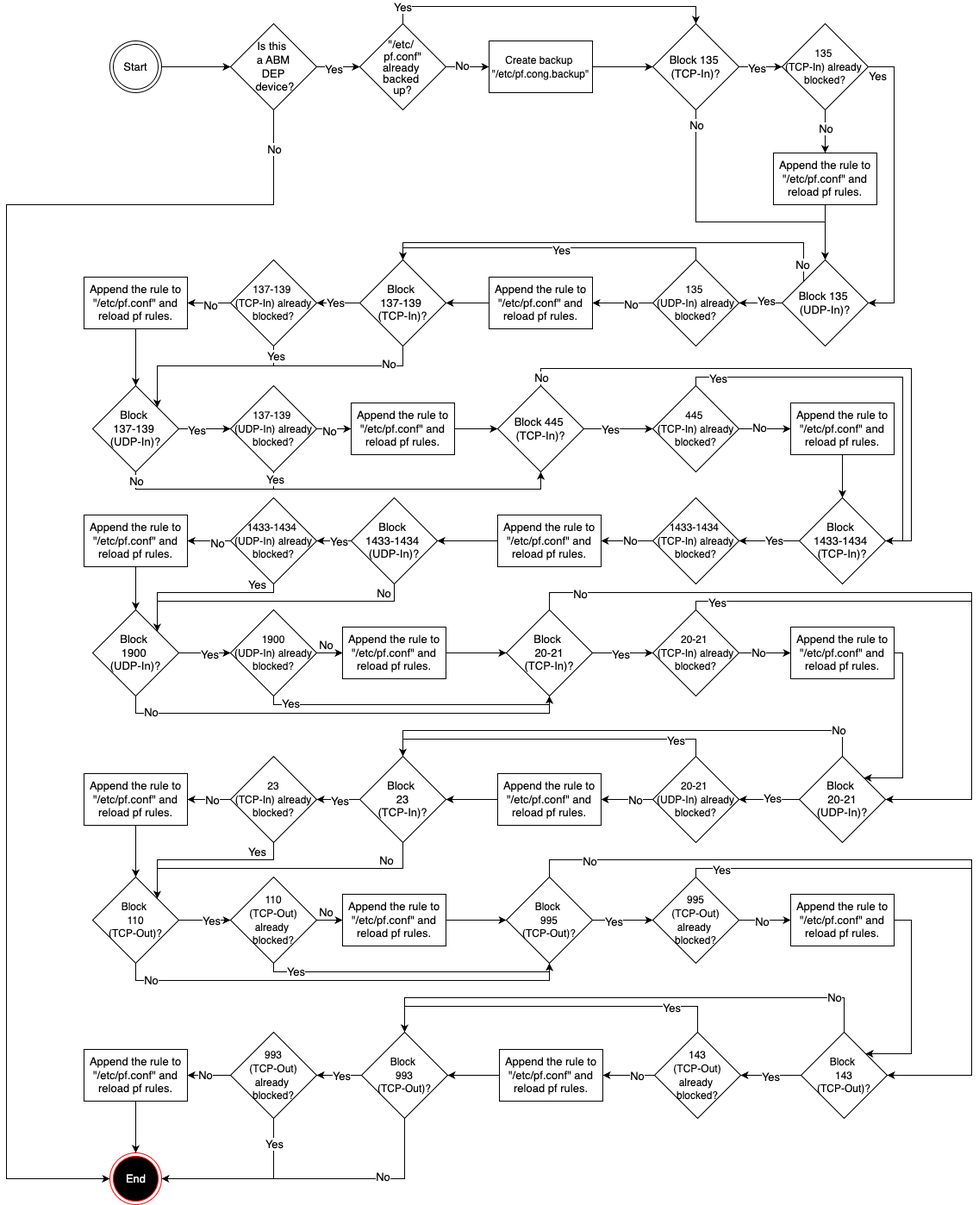
This is macOS/Config/Firewall/Block Selected Port Numbers from macOS Firewall/Diagram.png from microsoft/shell-intune-samples, a draw.io export, as it was before one commit. Source tidied: cells renumbered, new cells last; positions are measured from the earlier drawing's top-left corner, leaving out a move shared by most shapes.
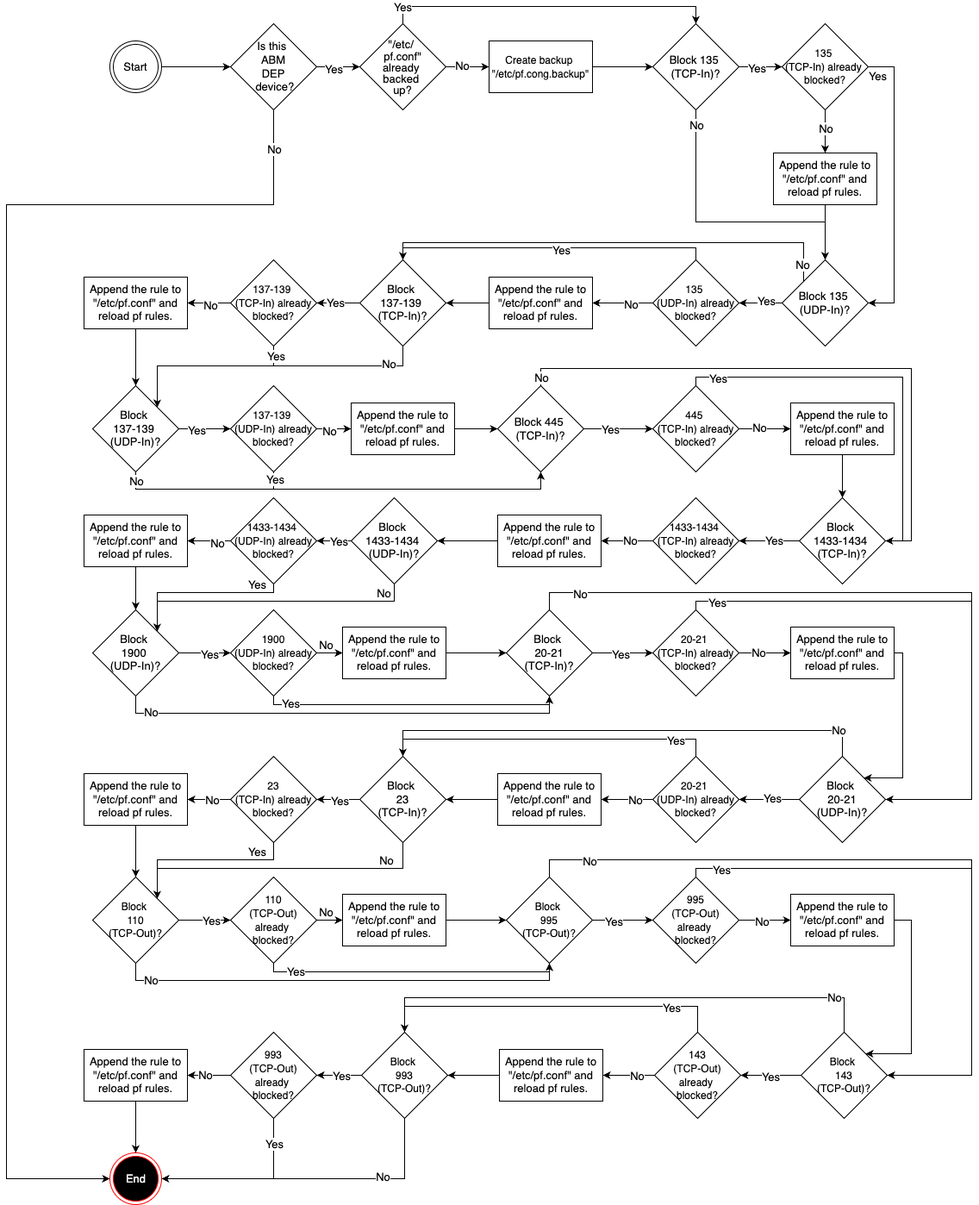
After the commit.

The edit, as a diff of the source:
```diff
@@ -715,7 +715,7 @@
         <mxPoint x="4" as="offset" />
       </mxGeometry>
     </mxCell>
-    <mxCell id="192" value="&lt;font style=&quot;color: rgb(0, 0, 0);&quot;&gt;Is this&amp;nbsp;&lt;/font&gt;&lt;div&gt;&lt;font style=&quot;color: rgb(0, 0, 0);&quot;&gt;a ABM&lt;/font&gt;&lt;div&gt;&lt;font style=&quot;color: rgb(0, 0, 0);&quot;&gt;DEP&lt;/font&gt;&lt;/div&gt;&lt;div&gt;&lt;font style=&quot;color: rgb(0, 0, 0);&quot;&gt;&amp;nbsp;device?&lt;/font&gt;&lt;/div&gt;&lt;/div&gt;" style="rhombus;whiteSpace=wrap;html=1;fontSize=13;fontColor=#000000;align=center;" parent="1" vertex="1">
+    <mxCell id="192" value="&lt;font style=&quot;color: rgb(0, 0, 0);&quot;&gt;Is this&amp;nbsp;&lt;/font&gt;&lt;div&gt;&lt;font style=&quot;color: rgb(0, 0, 0);&quot;&gt;ABM&lt;/font&gt;&lt;div&gt;&lt;font style=&quot;color: rgb(0, 0, 0);&quot;&gt;DEP&lt;/font&gt;&lt;/div&gt;&lt;div&gt;&lt;font style=&quot;color: rgb(0, 0, 0);&quot;&gt;&amp;nbsp;device?&lt;/font&gt;&lt;/div&gt;&lt;/div&gt;" style="rhombus;whiteSpace=wrap;html=1;fontSize=13;fontColor=#000000;align=center;" parent="1" vertex="1">
       <mxGeometry x="260" width="100" height="100" as="geometry" />
     </mxCell>
   </root>
```
